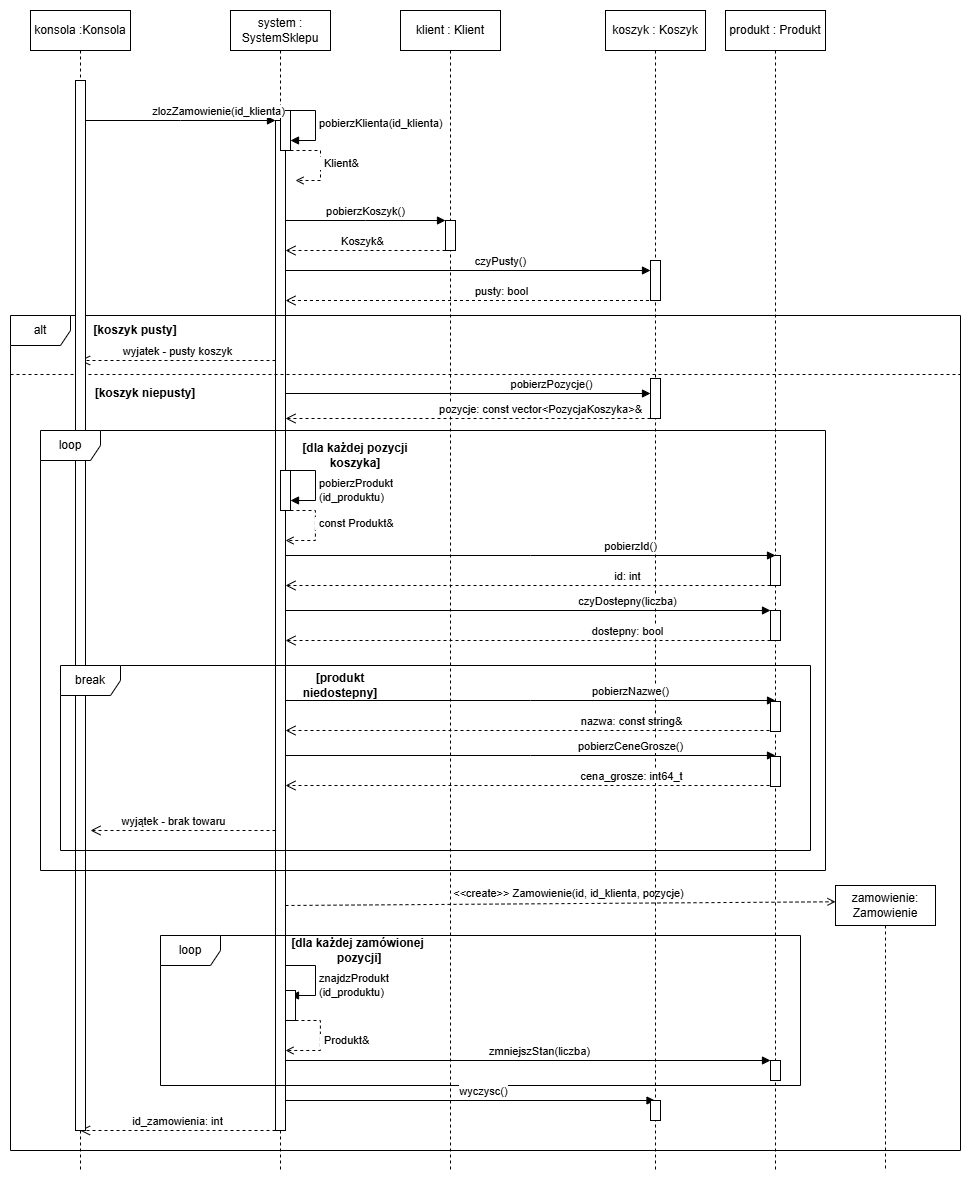
The draw.io diagram logic/Sklep_Diagram_Sekwencji.drawio.png in p1otrus-1/Sklep-internetowy, before a commit. Source tidied: cells renumbered, new cells last; positions are measured from the earlier drawing's top-left corner, leaving out a move shared by most shapes.
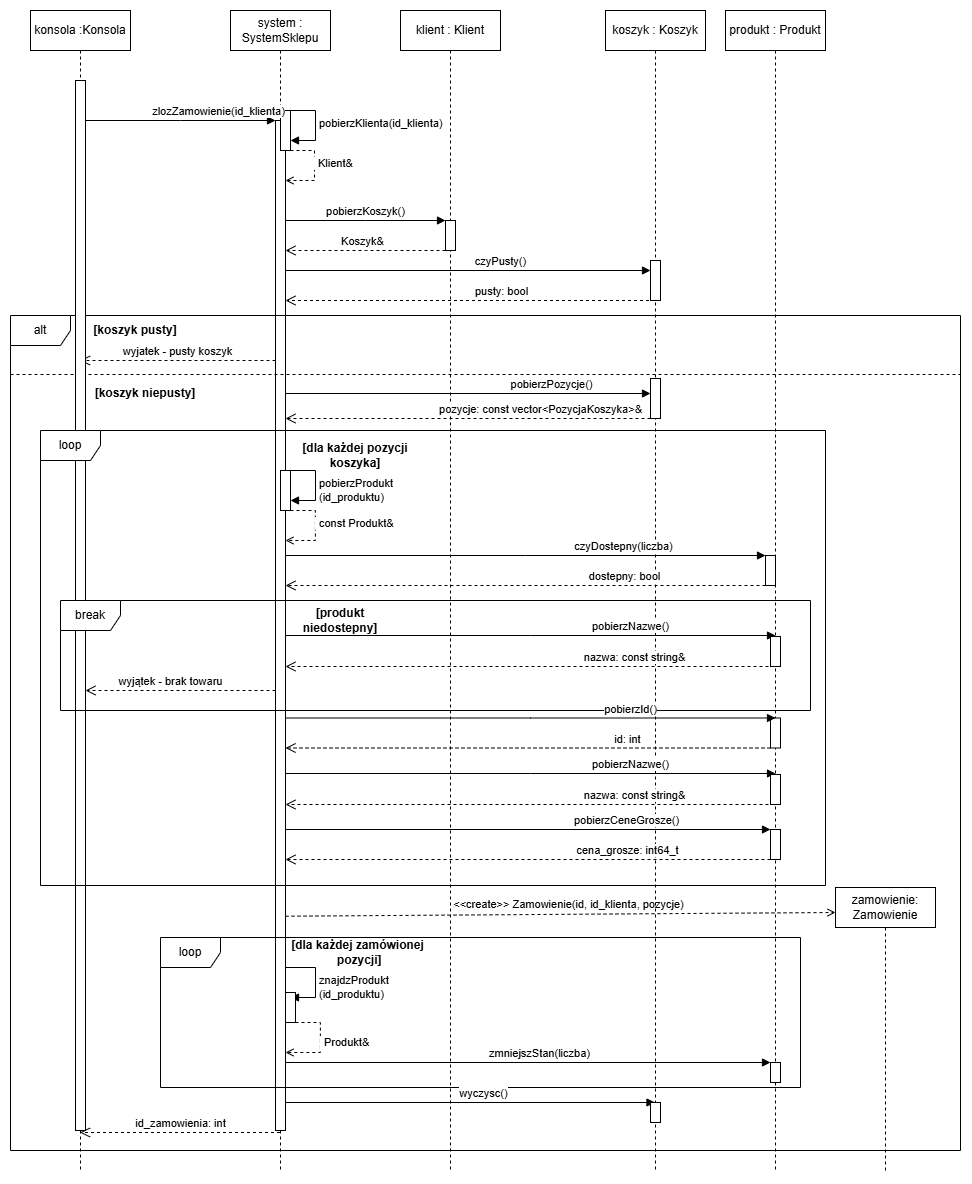
Later version of the same file.

Commit message:
Poprawa aktualizacji diagramu sekwencji v2

Change to the diagram source:
```diff
@@ -36,21 +36,20 @@
     </mxCell>
     <mxCell id="8" value="znajdzProdukt&lt;div&gt;(id_produktu)&lt;/div&gt;" style="html=1;align=left;spacingLeft=2;endArrow=block;edgeStyle=sequenceEdgeStyle;libavoidRouting=0;curved=0;rounded=0;defaultLabelBackgroundColor=page;" parent="4" edge="1">
       <mxGeometry x="0.18" relative="1" as="geometry">
-        <mxPoint x="55" y="955" as="sourcePoint" />
-        <mxPoint x="60" y="985" as="targetPoint" />
+        <mxPoint x="55" y="957" as="sourcePoint" />
+        <mxPoint x="60" y="987" as="targetPoint" />
         <Array as="points">
-          <mxPoint x="85" y="955" />
-          <mxPoint x="85" y="985" />
+          <mxPoint x="85" y="957" />
+          <mxPoint x="85" y="987" />
         </Array>
       </mxGeometry>
     </mxCell>
-    <mxCell id="9" value="Klient&amp;amp;" style="html=1;align=left;spacingLeft=2;endArrow=open;edgeStyle=sequenceEdgeStyle;libavoidRouting=0;curved=0;rounded=0;defaultLabelBackgroundColor=page;labelPadding=0 4;dashed=1;endFill=0;" parent="4" edge="1">
-      <mxGeometry x="0.01" relative="1" as="geometry">
-        <mxPoint x="60" y="140" as="sourcePoint" />
-        <mxPoint x="65" y="170" as="targetPoint" />
+    <mxCell id="9" value="Klient&amp;amp;" style="html=1;align=left;spacingLeft=2;endArrow=open;edgeStyle=orthogonalEdgeStyle;rounded=0;defaultLabelBackgroundColor=page;labelPadding=0 4;dashed=1;endFill=0;" parent="4" edge="1" target="5">
+      <mxGeometry x="-0.03" relative="1" as="geometry">
+        <mxPoint x="54" y="140" as="sourcePoint" />
         <Array as="points">
-          <mxPoint x="90" y="140" />
-          <mxPoint x="90" y="170" />
+          <mxPoint x="84" y="140" />
+          <mxPoint x="84" y="170" />
         </Array>
       </mxGeometry>
     </mxCell>
@@ -82,10 +81,10 @@
       <mxGeometry x="715" width="100" height="1160" as="geometry" />
     </mxCell>
     <mxCell id="17" style="html=1;points=[[0,0,0,0,5],[0,1,0,0,-5],[1,0,0,0,5],[1,1,0,0,-5]];perimeter=orthogonalPerimeter;outlineConnect=0;targetShapes=umlLifeline;portConstraint=eastwest;newEdgeStyle={&quot;edgeStyle&quot;:&quot;sequenceEdgeStyle&quot;,&quot;libavoidRouting&quot;:0,&quot;curved&quot;:0,&quot;rounded&quot;:0};" parent="16" vertex="1">
-      <mxGeometry x="45" y="600" width="10" height="30" as="geometry" />
+      <mxGeometry x="40" y="545" width="10" height="30" as="geometry" />
     </mxCell>
     <mxCell id="18" style="html=1;points=[[0,0,0,0,5],[0,1,0,0,-5],[1,0,0,0,5],[1,1,0,0,-5]];perimeter=orthogonalPerimeter;outlineConnect=0;targetShapes=umlLifeline;portConstraint=eastwest;newEdgeStyle={&quot;edgeStyle&quot;:&quot;sequenceEdgeStyle&quot;,&quot;libavoidRouting&quot;:0,&quot;curved&quot;:0,&quot;rounded&quot;:0};" parent="16" vertex="1">
-      <mxGeometry x="45" y="1050" width="10" height="20" as="geometry" />
+      <mxGeometry x="45" y="1052" width="10" height="20" as="geometry" />
     </mxCell>
     <mxCell id="19" value="zlozZamowienie(id_klienta)" style="html=1;verticalAlign=bottom;endArrow=block;edgeStyle=sequenceEdgeStyle;libavoidRouting=0;curved=0;rounded=0;" parent="1" edge="1" source="49" target="5">
       <mxGeometry x="0.41" relative="1" as="geometry">
@@ -156,48 +155,48 @@
     <mxCell id="31" value="czyDostepny(liczba)" style="html=1;verticalAlign=bottom;endArrow=block;edgeStyle=sequenceEdgeStyle;libavoidRouting=0;curved=0;rounded=0;" parent="1" edge="1" source="5" target="17">
       <mxGeometry x="0.41" relative="1" as="geometry">
         <Array as="points">
-          <mxPoint x="517.5" y="600" />
+          <mxPoint x="512.5" y="545" />
         </Array>
       </mxGeometry>
     </mxCell>
     <mxCell id="32" value="dostepny: bool" style="html=1;verticalAlign=bottom;endArrow=open;dashed=1;endSize=8;edgeStyle=sequenceEdgeStyle;libavoidRouting=0;curved=0;rounded=0;" parent="1" edge="1" source="17" target="5">
       <mxGeometry x="-0.41" relative="1" as="geometry">
         <Array as="points">
-          <mxPoint x="517.5" y="630" />
+          <mxPoint x="512.5" y="575" />
         </Array>
         <mxPoint x="1" as="offset" />
       </mxGeometry>
     </mxCell>
     <mxCell id="33" value="pobierzNazwe()" style="html=1;verticalAlign=bottom;endArrow=block;edgeStyle=sequenceEdgeStyle;libavoidRouting=0;curved=0;rounded=0;" parent="1" edge="1" source="5">
       <mxGeometry x="0.41" relative="1" as="geometry">
-        <mxPoint x="765" y="690" as="targetPoint" />
+        <mxPoint x="765" y="625" as="targetPoint" />
         <Array as="points">
-          <mxPoint x="520" y="690" />
+          <mxPoint x="520" y="625" />
         </Array>
       </mxGeometry>
     </mxCell>
     <mxCell id="34" value="nazwa: const string&amp;amp;" style="html=1;verticalAlign=bottom;endArrow=open;dashed=1;endSize=8;edgeStyle=sequenceEdgeStyle;libavoidRouting=0;curved=0;rounded=0;" parent="1" edge="1" target="5">
       <mxGeometry x="-0.41" relative="1" as="geometry">
-        <mxPoint x="765" y="720" as="sourcePoint" />
+        <mxPoint x="770" y="656" as="sourcePoint" />
         <Array as="points">
-          <mxPoint x="520" y="720" />
+          <mxPoint x="527.5" y="656" />
         </Array>
         <mxPoint x="1" as="offset" />
       </mxGeometry>
     </mxCell>
     <mxCell id="35" value="pobierzCeneGrosze()" style="html=1;verticalAlign=bottom;endArrow=block;edgeStyle=sequenceEdgeStyle;libavoidRouting=0;curved=0;rounded=0;" parent="1" edge="1" source="5">
       <mxGeometry x="0.41" relative="1" as="geometry">
-        <mxPoint x="765" y="745" as="targetPoint" />
+        <mxPoint x="760" y="819" as="targetPoint" />
         <Array as="points">
-          <mxPoint x="520" y="745" />
+          <mxPoint x="517.5" y="819" />
         </Array>
       </mxGeometry>
     </mxCell>
     <mxCell id="36" value="cena_grosze: int64_t" style="html=1;verticalAlign=bottom;endArrow=open;dashed=1;endSize=8;edgeStyle=sequenceEdgeStyle;libavoidRouting=0;curved=0;rounded=0;" parent="1" edge="1" target="5">
       <mxGeometry x="-0.41" relative="1" as="geometry">
-        <mxPoint x="765" y="775" as="sourcePoint" />
+        <mxPoint x="760" y="849" as="sourcePoint" />
         <Array as="points">
-          <mxPoint x="520" y="775" />
+          <mxPoint x="517.5" y="849" />
         </Array>
         <mxPoint x="1" as="offset" />
       </mxGeometry>
@@ -210,11 +209,12 @@
       </mxGeometry>
     </mxCell>
     <mxCell id="38" value="zamowienie: Zamowienie" style="shape=umlLifeline;perimeter=lifelinePerimeter;whiteSpace=wrap;html=1;outlineConnect=0;portConstraint=eastwest;newEdgeStyle={&quot;edgeStyle&quot;:&quot;sequenceEdgeStyle&quot;,&quot;libavoidRouting&quot;:0,&quot;curved&quot;:0,&quot;rounded&quot;:0};points=[[0,0.057143,0,0,0]];size=40;" parent="1" vertex="1">
-      <mxGeometry x="825" y="875" width="100" height="285" as="geometry" />
+      <mxGeometry x="825" y="877" width="100" height="285" as="geometry" />
     </mxCell>
-    <mxCell id="39" style="endArrow=open;html=1;rounded=0;entryX=0;entryY=0.057143;entryDx=0;entryDy=0;entryPerimeter=0;dashed=1;endFill=0;" parent="1" edge="1" target="38">
+    <mxCell id="39" style="endArrow=open;html=1;rounded=0;entryX=0;entryY=0.057143;entryDx=0;entryDy=0;entryPerimeter=0;dashed=1;endFill=0;" parent="1" edge="1">
       <mxGeometry relative="1" as="geometry">
-        <mxPoint x="275" y="895" as="sourcePoint" />
+        <mxPoint x="275" y="905.7" as="sourcePoint" />
+        <mxPoint x="825" y="902" as="targetPoint" />
       </mxGeometry>
     </mxCell>
     <mxCell id="40" value="&lt;font style=&quot;font-size: 11px;&quot;&gt;&amp;lt;&amp;lt;create&amp;gt;&amp;gt; Zamowienie(id, id_klienta, pozycje)&amp;nbsp;&lt;/font&gt;" style="text;html=1;whiteSpace=wrap;strokeColor=none;fillColor=none;align=center;verticalAlign=middle;rounded=0;" parent="39" vertex="1">
@@ -223,40 +223,40 @@
       </mxGeometry>
     </mxCell>
     <mxCell id="41" value="loop" style="shape=umlFrame;whiteSpace=wrap;html=1;" parent="1" vertex="1">
-      <mxGeometry x="150" y="925" width="640" height="150" as="geometry" />
+      <mxGeometry x="150" y="927" width="640" height="150" as="geometry" />
     </mxCell>
     <mxCell id="42" value="&lt;b&gt;[dla każdej zamówionej&lt;/b&gt;&lt;div&gt;&lt;b&gt;&amp;nbsp;pozycji]&lt;/b&gt;&lt;/div&gt;" style="text;html=1;whiteSpace=wrap;strokeColor=none;fillColor=none;align=center;verticalAlign=middle;rounded=0;" parent="1" vertex="1">
-      <mxGeometry x="275" y="925" width="145" height="30" as="geometry" />
+      <mxGeometry x="275" y="927" width="145" height="30" as="geometry" />
     </mxCell>
     <mxCell id="43" value="zmniejszStan(liczba)" style="html=1;verticalAlign=bottom;endArrow=block;edgeStyle=sequenceEdgeStyle;libavoidRouting=0;curved=0;rounded=0;" parent="1" edge="1" source="5" target="18">
       <mxGeometry x="0.05" relative="1" as="geometry">
         <Array as="points">
-          <mxPoint x="519.8" y="1050" />
+          <mxPoint x="517.5" y="1052" />
         </Array>
       </mxGeometry>
     </mxCell>
     <mxCell id="44" value="wyczysc()" style="html=1;verticalAlign=bottom;endArrow=block;edgeStyle=sequenceEdgeStyle;libavoidRouting=0;curved=0;rounded=0;" parent="1" edge="1" source="5" target="13">
       <mxGeometry x="0.07" relative="1" as="geometry">
         <Array as="points">
-          <mxPoint x="455.2" y="1090" />
+          <mxPoint x="459.8" y="1092" />
         </Array>
       </mxGeometry>
     </mxCell>
-    <mxCell id="45" value="id_zamowienia: int" style="html=1;verticalAlign=bottom;endArrow=open;dashed=1;endSize=8;edgeStyle=sequenceEdgeStyle;libavoidRouting=0;curved=0;rounded=0;" parent="1" edge="1" source="5" target="49">
+    <mxCell id="45" value="id_zamowienia: int" style="html=1;verticalAlign=bottom;endArrow=open;dashed=1;endSize=8;edgeStyle=sequenceEdgeStyle;libavoidRouting=0;curved=0;rounded=0;" parent="1" edge="1" source="4" target="49">
       <mxGeometry relative="1" as="geometry">
         <Array as="points">
-          <mxPoint x="167.2" y="1120" />
+          <mxPoint x="167.2" y="1122" />
         </Array>
       </mxGeometry>
     </mxCell>
     <mxCell id="46" style="html=1;perimeter=orthogonalPerimeter;targetShapes=umlLifeline;newEdgeStyle={&quot;edgeStyle&quot;:&quot;sequenceEdgeStyle&quot;,&quot;libavoidRouting&quot;:0,&quot;curved&quot;:0,&quot;rounded&quot;:0};" parent="1" vertex="1">
-      <mxGeometry x="760" y="691" width="10" height="30" as="geometry" />
+      <mxGeometry x="760" y="626" width="10" height="30" as="geometry" />
     </mxCell>
     <mxCell id="47" style="html=1;perimeter=orthogonalPerimeter;targetShapes=umlLifeline;newEdgeStyle={&quot;edgeStyle&quot;:&quot;sequenceEdgeStyle&quot;,&quot;libavoidRouting&quot;:0,&quot;curved&quot;:0,&quot;rounded&quot;:0};" parent="1" vertex="1">
-      <mxGeometry x="760" y="746" width="10" height="30" as="geometry" />
+      <mxGeometry x="760" y="819" width="10" height="30" as="geometry" />
     </mxCell>
     <mxCell id="48" style="html=1;perimeter=orthogonalPerimeter;targetShapes=umlLifeline;newEdgeStyle={&quot;edgeStyle&quot;:&quot;sequenceEdgeStyle&quot;,&quot;libavoidRouting&quot;:0,&quot;curved&quot;:0,&quot;rounded&quot;:0};" parent="1" vertex="1">
-      <mxGeometry x="640" y="1090" width="10" height="20" as="geometry" />
+      <mxGeometry x="640" y="1092" width="10" height="20" as="geometry" />
     </mxCell>
     <mxCell id="49" value="konsola :Konsola" style="shape=umlLifeline;perimeter=lifelinePerimeter;whiteSpace=wrap;html=1;outlineConnect=0;portConstraint=eastwest;newEdgeStyle={&quot;edgeStyle&quot;:&quot;sequenceEdgeStyle&quot;,&quot;libavoidRouting&quot;:0,&quot;curved&quot;:0,&quot;rounded&quot;:0};" parent="1" vertex="1">
       <mxGeometry x="20" width="100" height="1160" as="geometry" />
@@ -265,53 +265,76 @@
       <mxGeometry x="65" y="70" width="10" height="1050" as="geometry" />
     </mxCell>
     <mxCell id="51" value="break" style="shape=umlFrame;whiteSpace=wrap;html=1;" parent="1" vertex="1">
-      <mxGeometry x="50" y="655" width="750" height="185" as="geometry" />
+      <mxGeometry x="50" y="590" width="750" height="110" as="geometry" />
     </mxCell>
     <mxCell id="52" value="&lt;b&gt;[produkt niedostepny]&lt;/b&gt;" style="text;html=1;whiteSpace=wrap;strokeColor=none;fillColor=none;align=center;verticalAlign=middle;rounded=0;" parent="1" vertex="1">
-      <mxGeometry x="275" y="660" width="110" height="30" as="geometry" />
+      <mxGeometry x="275" y="595" width="110" height="30" as="geometry" />
     </mxCell>
     <mxCell id="53" value="wyjątek - brak towaru" style="html=1;verticalAlign=bottom;endArrow=open;dashed=1;endSize=8;edgeStyle=sequenceEdgeStyle;libavoidRouting=0;curved=0;rounded=0;" parent="1" edge="1" source="5">
       <mxGeometry x="0.11" relative="1" as="geometry">
-        <mxPoint x="80" y="820" as="targetPoint" />
+        <mxPoint x="75" y="680" as="targetPoint" />
         <Array as="points">
-          <mxPoint x="172.5" y="820" />
+          <mxPoint x="170" y="680" />
         </Array>
       </mxGeometry>
     </mxCell>
     <mxCell id="54" value="loop" style="shape=umlFrame;whiteSpace=wrap;html=1;" parent="1" vertex="1">
-      <mxGeometry x="30" y="420" width="785" height="440" as="geometry" />
+      <mxGeometry x="30" y="420" width="785" height="455" as="geometry" />
     </mxCell>
     <mxCell id="55" style="html=1;points=[[0,0,0,0,5],[0,1,0,0,-5],[1,0,0,0,5],[1,1,0,0,-5]];perimeter=orthogonalPerimeter;outlineConnect=0;targetShapes=umlLifeline;portConstraint=eastwest;newEdgeStyle={&quot;edgeStyle&quot;:&quot;sequenceEdgeStyle&quot;,&quot;libavoidRouting&quot;:0,&quot;curved&quot;:0,&quot;rounded&quot;:0};" parent="1" vertex="1">
-      <mxGeometry x="760" y="545" width="10" height="30" as="geometry" />
+      <mxGeometry x="760" y="707.5" width="10" height="30" as="geometry" />
     </mxCell>
     <mxCell id="56" value="pobierzId()" style="html=1;verticalAlign=bottom;endArrow=block;edgeStyle=sequenceEdgeStyle;libavoidRouting=0;curved=0;rounded=0;" parent="1" edge="1">
       <mxGeometry x="0.41" relative="1" as="geometry">
-        <mxPoint x="275" y="545" as="sourcePoint" />
-        <mxPoint x="765" y="545" as="targetPoint" />
+        <mxPoint x="275" y="707.5" as="sourcePoint" />
+        <mxPoint x="765" y="707.5" as="targetPoint" />
         <Array as="points">
-          <mxPoint x="520" y="545" />
+          <mxPoint x="520" y="707.5" />
         </Array>
       </mxGeometry>
     </mxCell>
     <mxCell id="57" value="id: int" style="html=1;verticalAlign=bottom;endArrow=open;dashed=1;endSize=8;edgeStyle=sequenceEdgeStyle;libavoidRouting=0;curved=0;rounded=0;" parent="1" edge="1" source="55">
       <mxGeometry x="-0.41" relative="1" as="geometry">
-        <mxPoint x="275" y="575" as="targetPoint" />
+        <mxPoint x="275" y="737.5" as="targetPoint" />
         <Array as="points">
-          <mxPoint x="517.5" y="575" />
+          <mxPoint x="517.5" y="737.5" />
         </Array>
         <mxPoint x="1" as="offset" />
       </mxGeometry>
     </mxCell>
     <mxCell id="58" style="html=1;points=[[0,0,0,0,5],[0,1,0,0,-5],[1,0,0,0,5],[1,1,0,0,-5]];perimeter=orthogonalPerimeter;outlineConnect=0;targetShapes=umlLifeline;portConstraint=eastwest;newEdgeStyle={&quot;edgeStyle&quot;:&quot;sequenceEdgeStyle&quot;,&quot;libavoidRouting&quot;:0,&quot;curved&quot;:0,&quot;rounded&quot;:0};" parent="1" vertex="1">
-      <mxGeometry x="275" y="980" width="10" height="30" as="geometry" />
+      <mxGeometry x="275" y="982" width="10" height="30" as="geometry" />
     </mxCell>
-    <mxCell id="59" value="Produkt&amp;amp;" style="html=1;align=left;spacingLeft=2;endArrow=open;edgeStyle=orthogonalEdgeStyle;rounded=0;defaultLabelBackgroundColor=page;labelPadding=0 4;dashed=1;endFill=0;" parent="1" edge="1" source="58" target="5">
+    <mxCell id="59" value="Produkt&amp;amp;" style="html=1;align=left;spacingLeft=2;endArrow=open;edgeStyle=orthogonalEdgeStyle;rounded=0;defaultLabelBackgroundColor=page;labelPadding=0 4;dashed=1;endFill=0;" parent="1" edge="1" source="58">
       <mxGeometry relative="1" as="geometry">
+        <mxPoint x="275" y="1042" as="targetPoint" />
         <Array as="points">
-          <mxPoint x="309.9" y="1010" />
-          <mxPoint x="309.9" y="1040" />
+          <mxPoint x="309.9" y="1012" />
+          <mxPoint x="309.9" y="1042" />
         </Array>
       </mxGeometry>
     </mxCell>
+    <mxCell id="60" value="pobierzNazwe()" style="html=1;verticalAlign=bottom;endArrow=block;edgeStyle=sequenceEdgeStyle;libavoidRouting=0;curved=0;rounded=0;" parent="1" edge="1">
+      <mxGeometry x="0.41" relative="1" as="geometry">
+        <mxPoint x="275" y="763" as="sourcePoint" />
+        <mxPoint x="765" y="763" as="targetPoint" />
+        <Array as="points">
+          <mxPoint x="520" y="763" />
+        </Array>
+      </mxGeometry>
+    </mxCell>
+    <mxCell id="61" value="nazwa: const string&amp;amp;" style="html=1;verticalAlign=bottom;endArrow=open;dashed=1;endSize=8;edgeStyle=sequenceEdgeStyle;libavoidRouting=0;curved=0;rounded=0;" parent="1" edge="1">
+      <mxGeometry x="-0.41" relative="1" as="geometry">
+        <mxPoint x="770" y="794" as="sourcePoint" />
+        <mxPoint x="275" y="794" as="targetPoint" />
+        <Array as="points">
+          <mxPoint x="522.5" y="794" />
+        </Array>
+        <mxPoint x="1" as="offset" />
+      </mxGeometry>
+    </mxCell>
+    <mxCell id="62" style="html=1;perimeter=orthogonalPerimeter;targetShapes=umlLifeline;newEdgeStyle={&quot;edgeStyle&quot;:&quot;sequenceEdgeStyle&quot;,&quot;libavoidRouting&quot;:0,&quot;curved&quot;:0,&quot;rounded&quot;:0};" parent="1" vertex="1">
+      <mxGeometry x="760" y="764" width="10" height="30" as="geometry" />
+    </mxCell>
   </root>
 </mxGraphModel>
```
